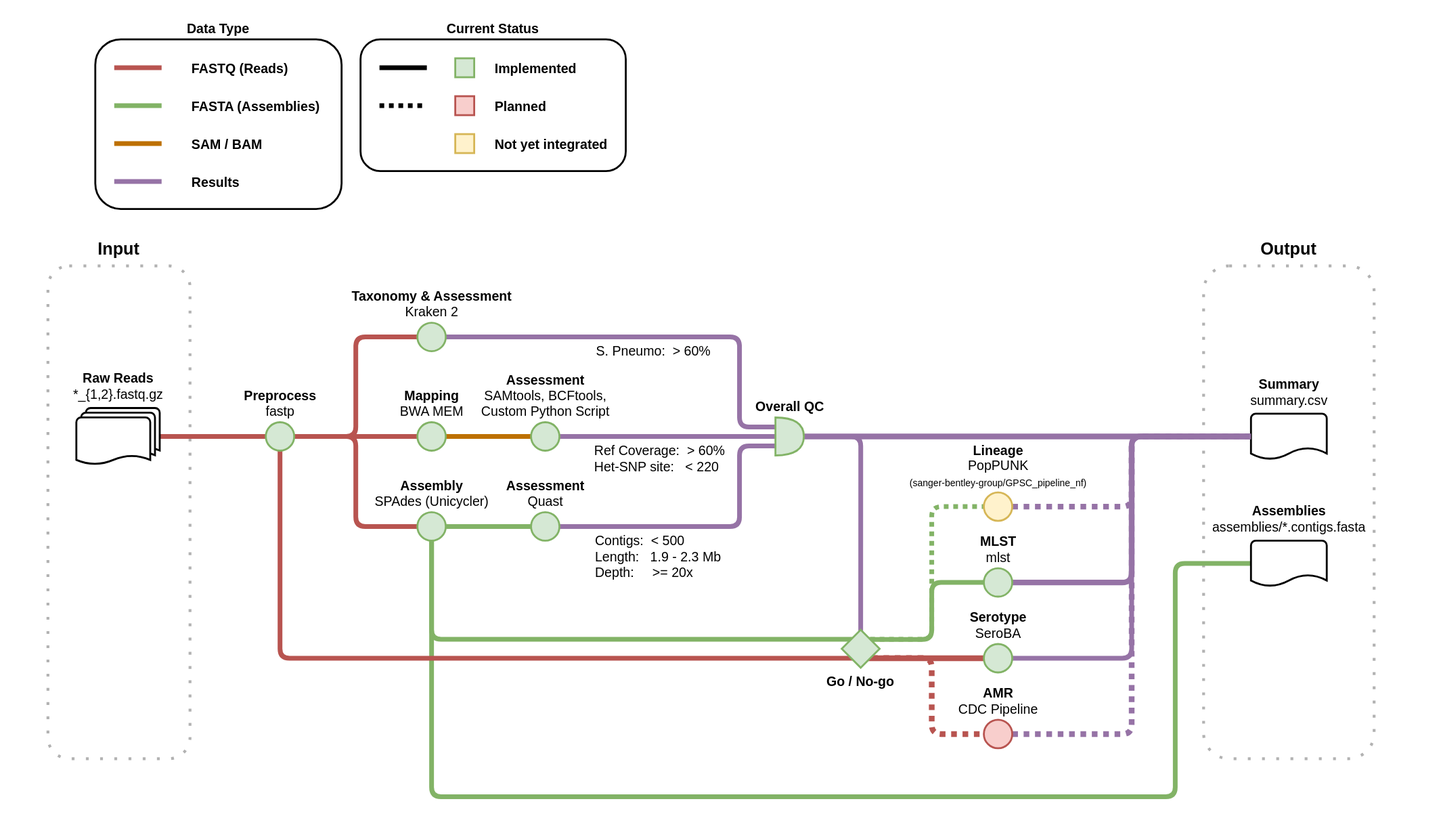
This is doc/workflow.drawio.svg from sanger-bentley-group/gps-pipeline, a draw.io export, as it was before one commit. Source tidied: cells renumbered, new cells last; positions are measured from the earlier drawing's top-left corner, leaving out a move shared by most shapes.
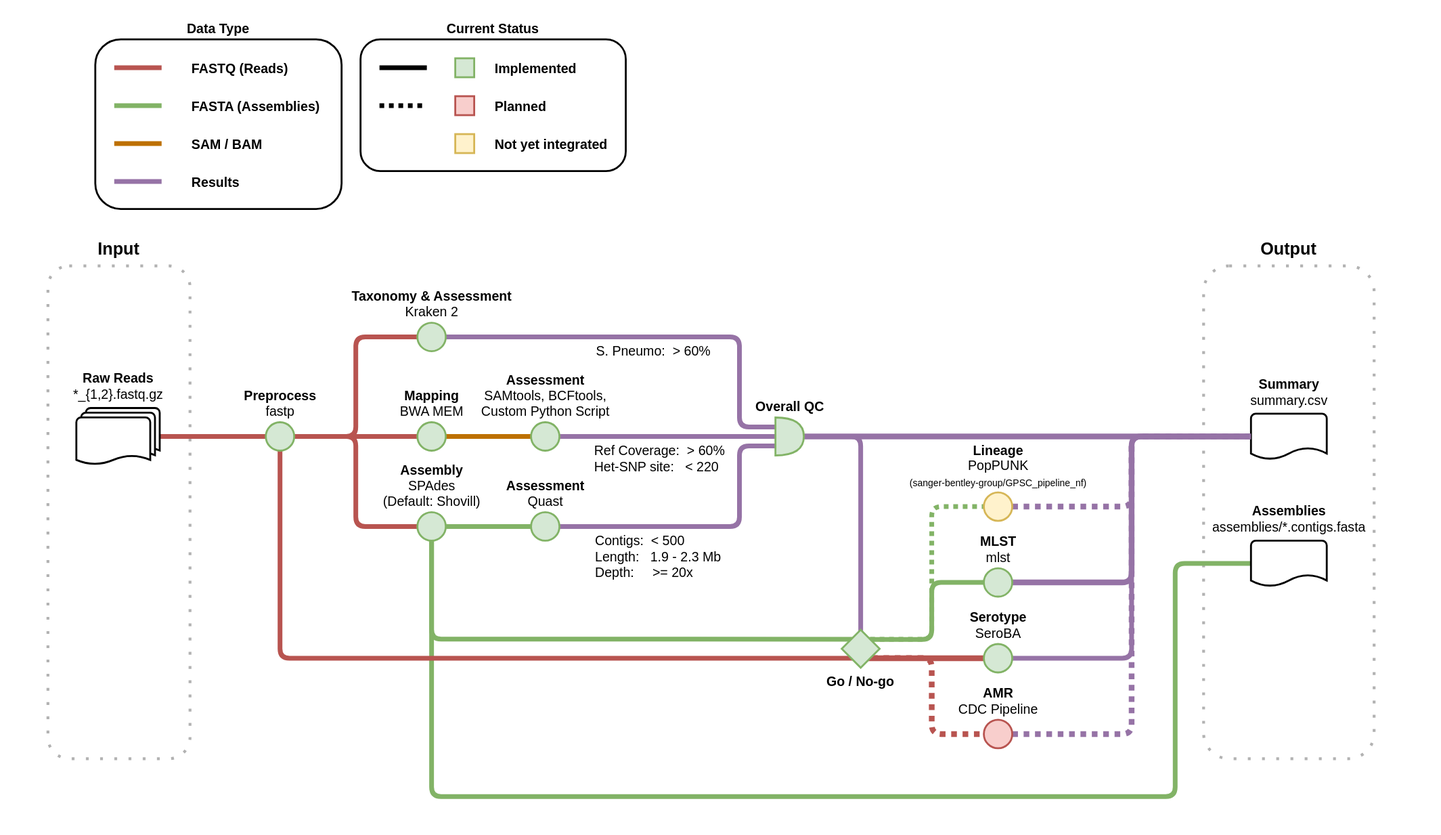
After the change.

Commit message:
Update assembly module detail

The edit, as a diff of the source:
```diff
@@ -219,7 +219,7 @@
     <mxCell id="50" style="edgeStyle=orthogonalEdgeStyle;html=1;entryX=0;entryY=0.5;entryDx=0;entryDy=0;entryPerimeter=0;fillColor=#e1d5e7;strokeColor=#9673a6;endArrow=none;endFill=0;strokeWidth=6;" parent="1" edge="1" source="59" target="40">
       <mxGeometry relative="1" as="geometry" />
     </mxCell>
-    <mxCell id="51" value="&lt;b style=&quot;font-size: 14px;&quot;&gt;Assembly&lt;/b&gt;&lt;br style=&quot;font-size: 14px;&quot;&gt;SPAdes (Unicycler)" style="ellipse;html=1;strokeWidth=2;labelPosition=center;verticalLabelPosition=top;align=center;verticalAlign=bottom;fillColor=#d5e8d4;strokeColor=#82b366;rounded=1;fontSize=14;" parent="1" vertex="1">
+    <mxCell id="51" value="&lt;b style=&quot;font-size: 14px&quot;&gt;Assembly&lt;/b&gt;&lt;br style=&quot;font-size: 14px&quot;&gt;SPAdes&lt;br&gt;(Default: Shovill)" style="ellipse;html=1;strokeWidth=2;labelPosition=center;verticalLabelPosition=top;align=center;verticalAlign=bottom;fillColor=#d5e8d4;strokeColor=#82b366;rounded=1;fontSize=14;" parent="1" vertex="1">
       <mxGeometry x="440" y="540" width="30" height="30" as="geometry" />
     </mxCell>
     <mxCell id="52" value="&lt;b style=&quot;font-size: 14px&quot;&gt;Mapping&lt;/b&gt;&lt;br style=&quot;font-size: 14px&quot;&gt;BWA MEM" style="ellipse;html=1;strokeWidth=2;labelPosition=center;verticalLabelPosition=top;align=center;verticalAlign=bottom;fillColor=#d5e8d4;strokeColor=#82b366;rounded=1;fontSize=14;" parent="1" vertex="1">
```
